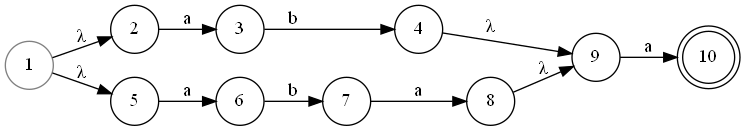
Above: images/nfa41.png in NRU-MPEI-IMAI/regular-languages-and-finite-machines-G0-G4 (Graphviz), before the change. Its source is kept beside it as images/nfa41.dot. The source it was exported from:
```dot
digraph G{
  rankdir=LR;
  10 [shape = doublecircle];
  1 [ color = "#808080", shape = circle];
  node [shape = circle];
  1 -> 2, 5  [label = "λ"];
  2 -> 3 [label = "a"];
  3 -> 4 [label = "b"];
  5 -> 6 [label = "a"];
  6 -> 7 [label = "b"];
  7 -> 8 [label = "a"];
  4 -> 9 [label = "λ"];
  8 -> 9 [label = "λ"];
  9 -> 10 [label = "a"];
}
```
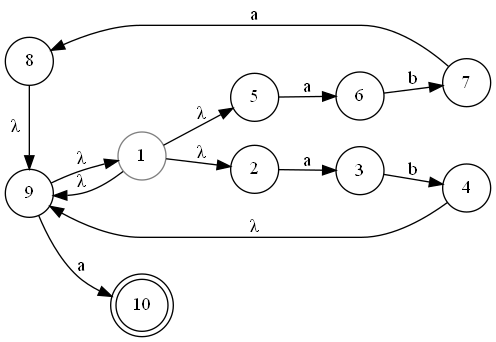
The same file after the commit.

Diff of the diagram source:
```diff
@@ -12,4 +12,13 @@
   4 -> 9 [label = "λ"];
   8 -> 9 [label = "λ"];
   9 -> 10 [label = "a"];
+  1 -> 9 [label = "λ"];
+  9 -> 1 [label = "λ"];
+  {rank = same; 2, 5}
+  {rank = same; 3, 6}
+  {rank = same; 4, 7}
+  {rank = same; 8, 9}
+
+
+
 }
```
